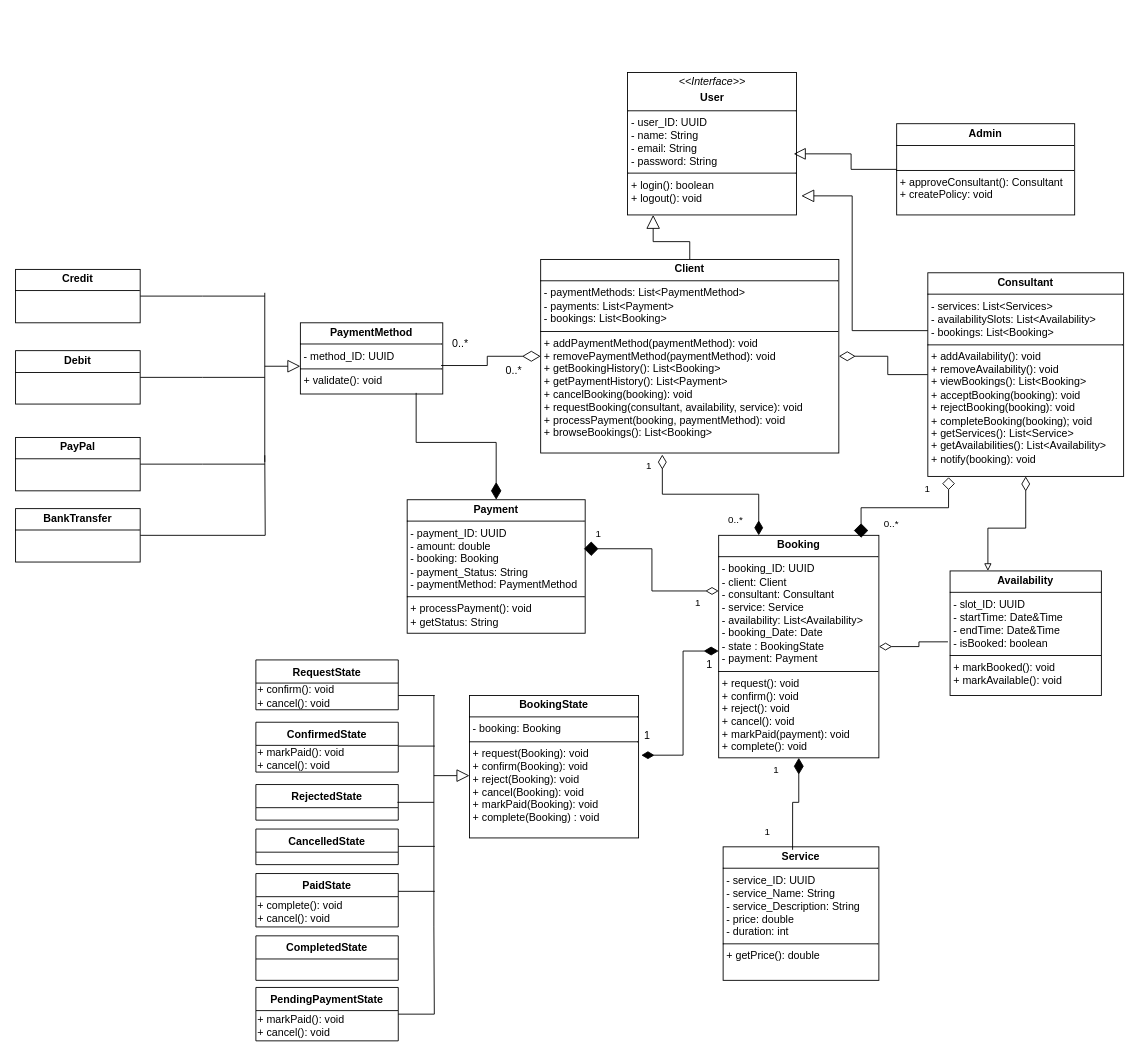
The draw.io diagram UML Diagrams/Class Diagrams/Class_Diagram_src.drawio.xml in yamintayyar/eecs3311-project, before the edit. Source tidied: cells renumbered, new cells numbered last; positions are measured from the earlier drawing's top-left corner, leaving out a move shared by most shapes. Both pictures are drawn from the tidied source at 89%, with x=0, y=0 at pixel (15, 72).
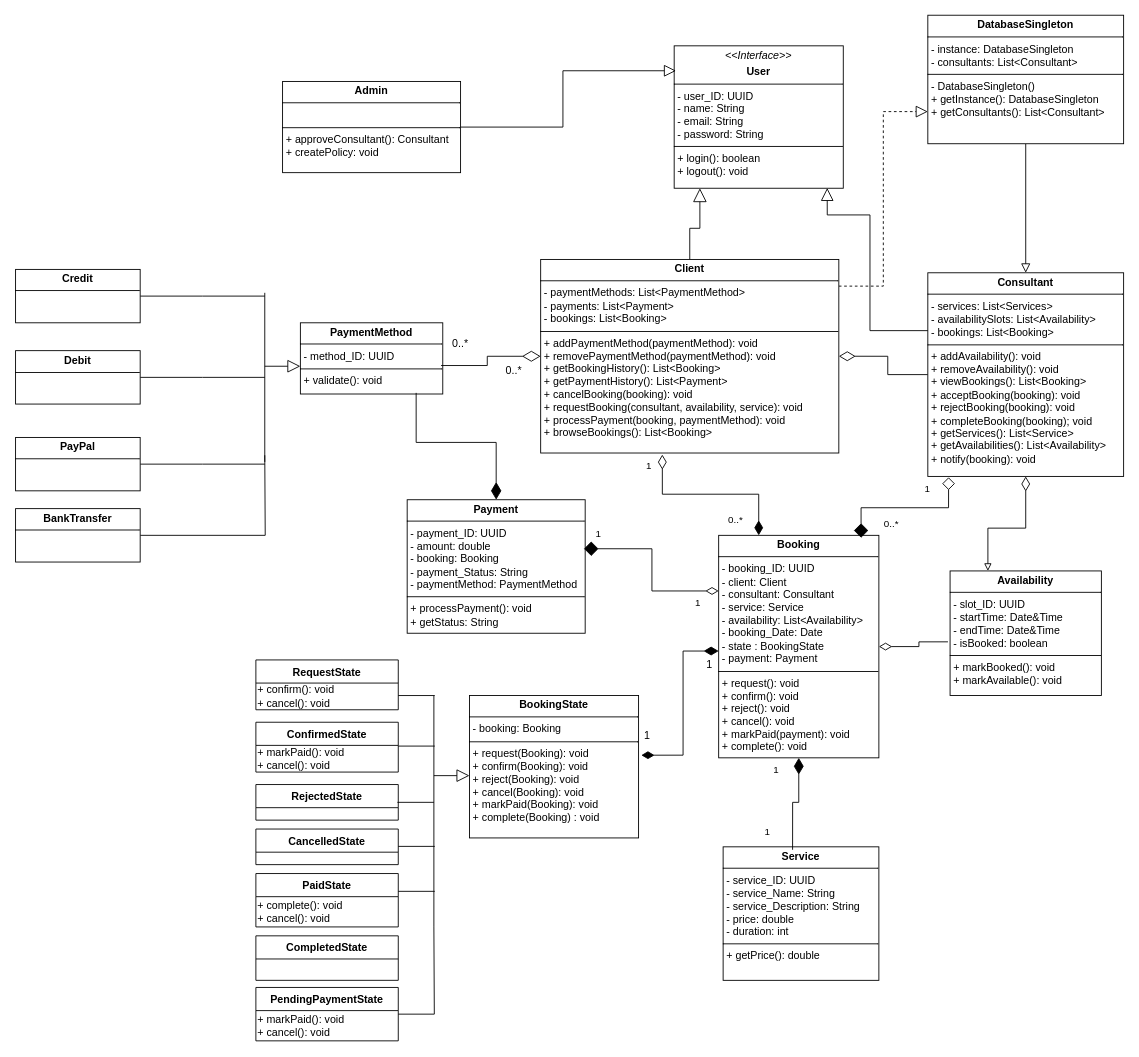
The same diagram, later.

Commit message:
Add database singleton class

The change refers to these unchanged cells:
```xml
<mxCell id="5" value="&lt;p style=&quot;margin:0px;margin-top:4px;text-align:center;&quot;&gt;&lt;b&gt;Client&lt;/b&gt;&lt;/p&gt;&lt;hr size=&quot;1&quot; style=&quot;border-style:solid;&quot;&gt;&lt;p style=&quot;margin:0px;margin-left:4px;&quot;&gt;- paymentMethods: List&amp;lt;PaymentMethod&amp;gt;&lt;/p&gt;&lt;p style=&quot;margin:0px;margin-left:4px;&quot;&gt;- payments: List&amp;lt;Payment&amp;gt;&lt;/p&gt;&lt;p style=&quot;margin:0px;margin-left:4px;&quot;&gt;- bookings: List&amp;lt;Booking&amp;gt;&lt;/p&gt;&lt;hr size=&quot;1&quot; style=&quot;border-style:solid;&quot;&gt;&lt;p style=&quot;margin:0px;margin-left:4px;&quot;&gt;+ addPaymentMethod(paymentMethod): void&lt;/p&gt;&lt;p style=&quot;margin:0px;margin-left:4px;&quot;&gt;+ removePaymentMethod(&lt;span style=&quot;background-color: transparent; color: light-dark(rgb(0, 0, 0), rgb(255, 255, 255));&quot;&gt;paymentMethod&lt;/span&gt;&lt;span style=&quot;background-color: transparent; color: light-dark(rgb(0, 0, 0), rgb(255, 255, 255));&quot;&gt;): void&lt;/span&gt;&lt;/p&gt;&lt;p style=&quot;margin:0px;margin-left:4px;&quot;&gt;+ getBookingHistory(): List&amp;lt;Booking&amp;gt;&lt;/p&gt;&lt;p style=&quot;margin:0px;margin-left:4px;&quot;&gt;+ getPaymentHistory(): List&amp;lt;Payment&amp;gt;&lt;/p&gt;&lt;p style=&quot;margin:0px;margin-left:4px;&quot;&gt;+ cancelBooking(booking): void&lt;/p&gt;&lt;p style=&quot;margin:0px;margin-left:4px;&quot;&gt;+ requestBooking(consultant, availability, service): void&lt;/p&gt;&lt;p style=&quot;margin:0px;margin-left:4px;&quot;&gt;+ processPayment(booking, paymentMethod): void&lt;/p&gt;&lt;p style=&quot;margin:0px;margin-left:4px;&quot;&gt;+ browseBookings(): List&amp;lt;Booking&amp;gt;&lt;/p&gt;" style="verticalAlign=top;align=left;overflow=fill;html=1;whiteSpace=wrap;" parent="1" vertex="1">
  <mxGeometry x="590" y="210" width="335" height="217.5" as="geometry" />
</mxCell>
<mxCell id="7" value="&lt;p style=&quot;margin:0px;margin-top:4px;text-align:center;&quot;&gt;&lt;b&gt;Consultant&lt;/b&gt;&lt;/p&gt;&lt;hr size=&quot;1&quot; style=&quot;border-style:solid;&quot;&gt;&lt;p style=&quot;margin:0px;margin-left:4px;&quot;&gt;- services: List&amp;lt;Services&amp;gt;&lt;/p&gt;&lt;p style=&quot;margin:0px;margin-left:4px;&quot;&gt;- availabilitySlots: List&amp;lt;Availability&amp;gt;&lt;/p&gt;&lt;p style=&quot;margin:0px;margin-left:4px;&quot;&gt;- bookings: List&amp;lt;Booking&amp;gt;&lt;/p&gt;&lt;hr size=&quot;1&quot; style=&quot;border-style:solid;&quot;&gt;&lt;p style=&quot;margin:0px;margin-left:4px;&quot;&gt;+ addAvailability(): void&lt;/p&gt;&lt;p style=&quot;margin:0px;margin-left:4px;&quot;&gt;+ removeAvailability(): void&lt;/p&gt;&lt;p style=&quot;margin:0px;margin-left:4px;&quot;&gt;+ viewBookings(): List&amp;lt;Booking&amp;gt;&lt;/p&gt;&lt;p style=&quot;margin:0px;margin-left:4px;&quot;&gt;+ acceptBooking(booking): void&lt;/p&gt;&lt;p style=&quot;margin:0px;margin-left:4px;&quot;&gt;+ rejectBooking(booking): void&lt;/p&gt;&lt;p style=&quot;margin:0px;margin-left:4px;&quot;&gt;+ completeBooking(booking); void&lt;/p&gt;&lt;p style=&quot;margin:0px;margin-left:4px;&quot;&gt;+ getServices(): List&amp;lt;Service&amp;gt;&lt;/p&gt;&lt;p style=&quot;margin:0px;margin-left:4px;&quot;&gt;+ getAvailabilities(): List&amp;lt;Availability&amp;gt;&lt;/p&gt;&lt;p style=&quot;margin:0px;margin-left:4px;&quot;&gt;+ notify(booking): void&lt;/p&gt;" style="verticalAlign=top;align=left;overflow=fill;html=1;whiteSpace=wrap;" parent="1" vertex="1">
  <mxGeometry x="1025" y="225" width="220" height="228.8" as="geometry" />
</mxCell>
```

The edit, as a diff of the source:
```diff
@@
     <mxCell id="2" value="&lt;p style=&quot;margin:0px;margin-top:4px;text-align:center;&quot;&gt;&lt;i&gt;&amp;lt;&amp;lt;Interface&amp;gt;&amp;gt;&lt;/i&gt;&lt;/p&gt;&lt;p style=&quot;margin:0px;margin-top:4px;text-align:center;&quot;&gt;&lt;b&gt;User&lt;/b&gt;&lt;/p&gt;&lt;hr size=&quot;1&quot; style=&quot;border-style:solid;&quot;&gt;&lt;p style=&quot;margin:0px;margin-left:4px;&quot;&gt;- user_ID: UUID&lt;/p&gt;&lt;p style=&quot;margin:0px;margin-left:4px;&quot;&gt;- name: String&lt;/p&gt;&lt;p style=&quot;margin:0px;margin-left:4px;&quot;&gt;- email: String&lt;/p&gt;&lt;p style=&quot;margin:0px;margin-left:4px;&quot;&gt;- password: String&lt;/p&gt;&lt;hr size=&quot;1&quot; style=&quot;border-style:solid;&quot;&gt;&lt;p style=&quot;margin:0px;margin-left:4px;&quot;&gt;+ login(): boolean&lt;/p&gt;&lt;p style=&quot;margin:0px;margin-left:4px;&quot;&gt;+ logout(): void&lt;/p&gt;" style="verticalAlign=top;align=left;overflow=fill;html=1;whiteSpace=wrap;" parent="1" vertex="1">
-      <mxGeometry x="687.5" width="190" height="160" as="geometry" />
+      <mxGeometry x="740" y="-30" width="190" height="160" as="geometry" />
     </mxCell>
@@
+    <mxCell id="66" style="edgeStyle=orthogonalEdgeStyle;rounded=0;jettySize=auto;html=1;entryX=0;entryY=0.75;entryDx=0;entryDy=0;dashed=1;endArrow=block;endFill=0;endSize=11;" parent="1" edge="1" source="5" target="68">
+      <mxGeometry relative="1" as="geometry">
+        <Array as="points">
+          <mxPoint x="975" y="240" />
+          <mxPoint x="975" y="44" />
+        </Array>
+      </mxGeometry>
+    </mxCell>
@@
     <mxCell id="8" value="&lt;p style=&quot;margin:0px;margin-top:4px;text-align:center;&quot;&gt;&lt;b&gt;Admin&lt;/b&gt;&lt;/p&gt;&lt;hr size=&quot;1&quot; style=&quot;border-style:solid;&quot;&gt;&lt;p style=&quot;margin:0px;margin-left:4px;&quot;&gt;&lt;br&gt;&lt;/p&gt;&lt;hr size=&quot;1&quot; style=&quot;border-style:solid;&quot;&gt;&lt;p style=&quot;margin:0px;margin-left:4px;&quot;&gt;+ approveConsultant(): Consultant&lt;/p&gt;&lt;p style=&quot;margin:0px;margin-left:4px;&quot;&gt;+ createPolicy: void&lt;/p&gt;" style="verticalAlign=top;align=left;overflow=fill;html=1;whiteSpace=wrap;" parent="1" vertex="1">
-      <mxGeometry x="990" y="57.5" width="200" height="102.5" as="geometry" />
+      <mxGeometry x="300" y="10" width="200" height="102.5" as="geometry" />
     </mxCell>
@@
-    <mxCell id="61" style="edgeStyle=orthogonalEdgeStyle;rounded=0;jettySize=auto;html=1;endArrow=block;endFill=0;endSize=11;entryX=0.983;entryY=0.571;entryDx=0;entryDy=0;entryPerimeter=0;" parent="1" edge="1" source="8" target="2">
+    <mxCell id="61" style="edgeStyle=orthogonalEdgeStyle;rounded=0;jettySize=auto;html=1;endArrow=block;endFill=0;endSize=11;entryX=0.011;entryY=0.175;entryDx=0;entryDy=0;entryPerimeter=0;" parent="1" edge="1" source="8" target="2">
       <mxGeometry relative="1" as="geometry" />
     </mxCell>
-    <mxCell id="62" style="edgeStyle=orthogonalEdgeStyle;rounded=0;jettySize=auto;html=1;entryX=1.028;entryY=0.866;entryDx=0;entryDy=0;endArrow=block;endFill=0;endSize=12;entryPerimeter=0;" parent="1" edge="1" source="7" target="2">
+    <mxCell id="62" style="edgeStyle=orthogonalEdgeStyle;rounded=0;jettySize=auto;html=1;entryX=0.905;entryY=0.998;entryDx=0;entryDy=0;endArrow=block;endFill=0;endSize=12;entryPerimeter=0;" parent="1" edge="1" source="7" target="2">
       <mxGeometry relative="1" as="geometry">
         <Array as="points">
-          <mxPoint x="940" y="290" />
-          <mxPoint x="940" y="139" />
+          <mxPoint x="960" y="290" />
+          <mxPoint x="960" y="160" />
+          <mxPoint x="912" y="160" />
         </Array>
       </mxGeometry>
     </mxCell>
@@
+    <mxCell id="67" style="edgeStyle=orthogonalEdgeStyle;rounded=0;jettySize=auto;html=1;entryX=0.5;entryY=0;entryDx=0;entryDy=0;endArrow=block;endFill=0;endSize=8;" parent="1" edge="1" source="68" target="7">
+      <mxGeometry relative="1" as="geometry" />
+    </mxCell>
+    <mxCell id="68" value="&lt;p style=&quot;margin:0px;margin-top:4px;text-align:center;&quot;&gt;&lt;b&gt;DatabaseSingleton&lt;/b&gt;&lt;/p&gt;&lt;hr size=&quot;1&quot; style=&quot;border-style:solid;&quot;&gt;&lt;p style=&quot;margin:0px;margin-left:4px;&quot;&gt;- instance: DatabaseSingleton&lt;/p&gt;&lt;p style=&quot;margin:0px;margin-left:4px;&quot;&gt;- consultants: List&amp;lt;Consultant&amp;gt;&lt;/p&gt;&lt;hr size=&quot;1&quot; style=&quot;border-style:solid;&quot;&gt;&lt;p style=&quot;margin:0px;margin-left:4px;&quot;&gt;- DatabaseSingleton()&lt;/p&gt;&lt;p style=&quot;margin:0px;margin-left:4px;&quot;&gt;+ getInstance(): DatabaseSingleton&lt;/p&gt;&lt;p style=&quot;margin:0px;margin-left:4px;&quot;&gt;+ getConsultants():&amp;nbsp;&lt;span style=&quot;background-color: transparent; color: light-dark(rgb(0, 0, 0), rgb(255, 255, 255));&quot;&gt;List&amp;lt;Consultant&amp;gt;&lt;/span&gt;&lt;/p&gt;" style="verticalAlign=top;align=left;overflow=fill;html=1;whiteSpace=wrap;" parent="1" vertex="1">
+      <mxGeometry x="1025" y="-64.4" width="220" height="144.4" as="geometry" />
+    </mxCell>
```
